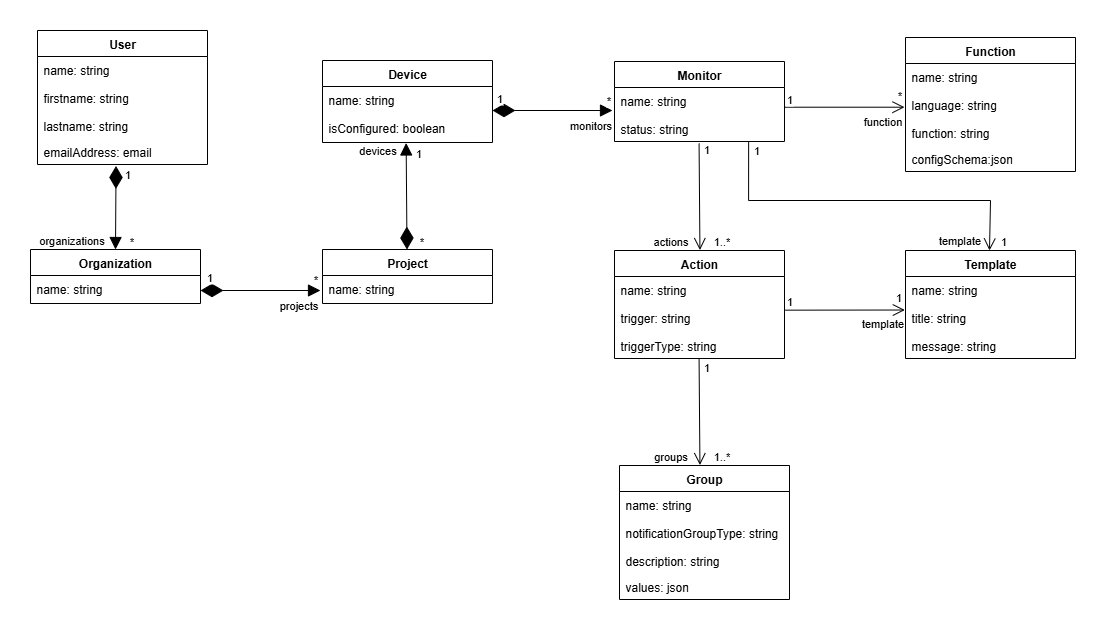
Earlier version of the draw.io export HTU_HSI_LaTeX_Vorlage_Berichte_v27/graphics/mon_uml.png (gianni4310/monidas-vfs-thesis). Source tidied: cells renumbered, new cells last; positions are measured from the earlier drawing's top-left corner, leaving out a move shared by most shapes.
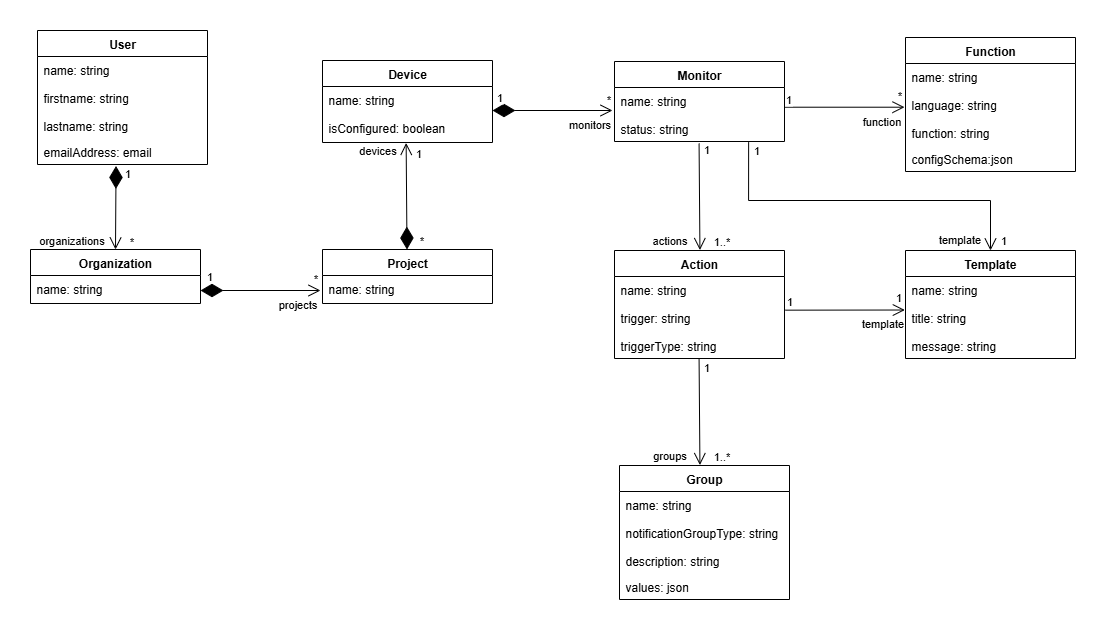
After the commit.

The edit, as a diff of the source:
```diff
@@ -29,7 +29,7 @@
     <mxCell id="10" value="name: string" style="text;strokeColor=none;fillColor=none;align=left;verticalAlign=top;spacingLeft=4;spacingRight=4;overflow=hidden;whiteSpace=wrap;html=1;" parent="9" vertex="1">
       <mxGeometry y="26" width="170" height="28" as="geometry" />
     </mxCell>
-    <mxCell id="11" style="endArrow=block;html=1;rounded=0;endFill=1;startSize=20;endSize=10;startArrow=diamondThin;startFill=1;" parent="1" edge="1">
+    <mxCell id="11" style="endArrow=open;html=1;rounded=0;endFill=0;startSize=20;endSize=10;startArrow=diamondThin;startFill=1;" parent="1" edge="1">
       <mxGeometry relative="1" as="geometry">
         <mxPoint x="170" y="260" as="sourcePoint" />
         <mxPoint x="290" y="260" as="targetPoint" />
@@ -50,7 +50,7 @@
         <mxPoint x="-19" y="-15" as="offset" />
       </mxGeometry>
     </mxCell>
-    <mxCell id="15" style="endArrow=block;html=1;rounded=0;endFill=1;startSize=20;endSize=10;exitX=0.462;exitY=1.057;exitDx=0;exitDy=0;exitPerimeter=0;entryX=0.5;entryY=0;entryDx=0;entryDy=0;startArrow=diamondThin;startFill=1;" parent="1" edge="1" source="6" target="7">
+    <mxCell id="15" style="endArrow=open;html=1;rounded=0;endFill=0;startSize=20;endSize=10;exitX=0.462;exitY=1.057;exitDx=0;exitDy=0;exitPerimeter=0;entryX=0.5;entryY=0;entryDx=0;entryDy=0;startArrow=diamondThin;startFill=1;" parent="1" edge="1" source="6" target="7">
       <mxGeometry relative="1" as="geometry" />
     </mxCell>
     <mxCell id="16" value="organizations" style="edgeLabel;html=1;align=center;verticalAlign=middle;" parent="15" vertex="1">
@@ -77,7 +77,7 @@
     <mxCell id="21" value="isConfigured: boolean&lt;span style=&quot;white-space: pre;&quot;&gt;&#9;&lt;/span&gt;" style="text;strokeColor=none;fillColor=none;align=left;verticalAlign=top;spacingLeft=4;spacingRight=4;overflow=hidden;whiteSpace=wrap;html=1;" parent="19" vertex="1">
       <mxGeometry y="54" width="170" height="28" as="geometry" />
     </mxCell>
-    <mxCell id="22" style="endArrow=diamondThin;html=1;rounded=0;endFill=1;startSize=10;endSize=20;exitX=0.492;exitY=1.133;exitDx=0;exitDy=0;exitPerimeter=0;entryX=0.5;entryY=0;entryDx=0;entryDy=0;startArrow=block;startFill=1;" parent="1" edge="1">
+    <mxCell id="22" style="endArrow=diamondThin;html=1;rounded=0;endFill=1;startSize=10;endSize=20;exitX=0.492;exitY=1.133;exitDx=0;exitDy=0;exitPerimeter=0;entryX=0.5;entryY=0;entryDx=0;entryDy=0;startArrow=open;startFill=0;" parent="1" edge="1">
       <mxGeometry relative="1" as="geometry">
         <mxPoint x="375.6" y="112.5" as="sourcePoint" />
         <mxPoint x="376.5" y="219" as="targetPoint" />
@@ -107,7 +107,7 @@
     <mxCell id="28" value="status: string" style="text;strokeColor=none;fillColor=none;align=left;verticalAlign=top;spacingLeft=4;spacingRight=4;overflow=hidden;points=[[0,0.5],[1,0.5]];portConstraint=eastwest;whiteSpace=wrap;html=1;" parent="26" vertex="1">
       <mxGeometry y="54" width="170" height="26" as="geometry" />
     </mxCell>
-    <mxCell id="29" style="endArrow=block;html=1;rounded=0;endFill=1;startSize=20;endSize=10;startArrow=diamondThin;startFill=1;" parent="1" edge="1">
+    <mxCell id="29" style="endArrow=open;html=1;rounded=0;endFill=0;startSize=20;endSize=10;startArrow=diamondThin;startFill=1;" parent="1" edge="1">
       <mxGeometry relative="1" as="geometry">
         <mxPoint x="462" y="80" as="sourcePoint" />
         <mxPoint x="582" y="80" as="targetPoint" />
@@ -224,13 +224,11 @@
     <mxCell id="58" value="values: json" style="text;strokeColor=none;fillColor=none;align=left;verticalAlign=top;spacingLeft=4;spacingRight=4;overflow=hidden;whiteSpace=wrap;html=1;" parent="54" vertex="1">
       <mxGeometry y="108" width="170" height="26" as="geometry" />
     </mxCell>
-    <mxCell id="59" style="endArrow=open;html=1;rounded=0;endFill=0;startSize=10;endSize=10;exitX=0.789;exitY=1.027;exitDx=0;exitDy=0;exitPerimeter=0;startArrow=none;startFill=0;edgeStyle=orthogonalEdgeStyle;" parent="1" edge="1" source="28">
+    <mxCell id="59" style="endArrow=open;html=1;rounded=0;endFill=0;startSize=10;endSize=10;exitX=0.789;exitY=1.027;exitDx=0;exitDy=0;exitPerimeter=0;startArrow=none;startFill=0;edgeStyle=orthogonalEdgeStyle;entryX=0.5;entryY=0;entryDx=0;entryDy=0;" parent="1" edge="1" source="28" target="50">
       <mxGeometry relative="1" as="geometry">
-        <mxPoint x="959" y="220" as="targetPoint" />
         <Array as="points">
           <mxPoint x="718" y="170" />
           <mxPoint x="960" y="170" />
-          <mxPoint x="960" y="220" />
         </Array>
       </mxGeometry>
     </mxCell>
```
